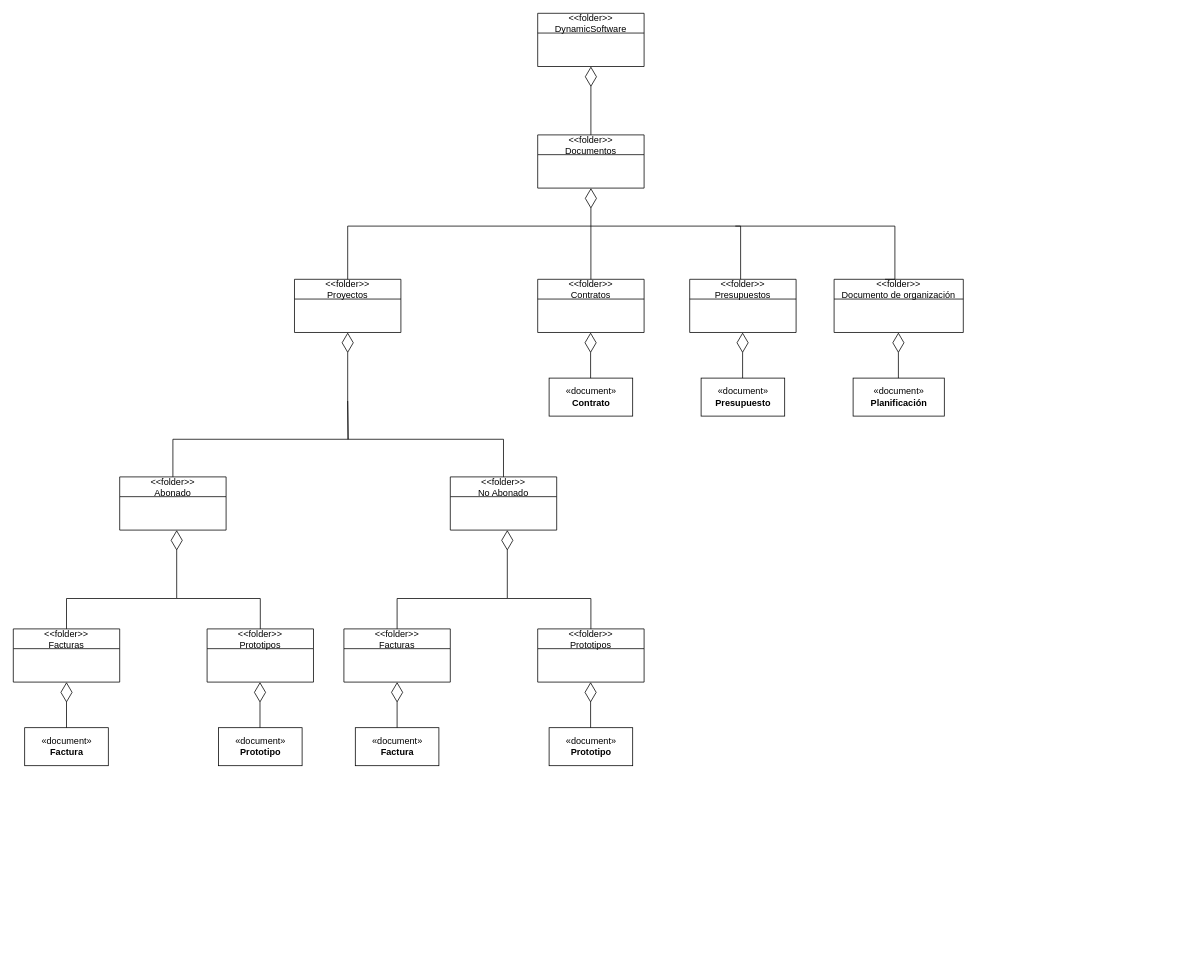
This is Entrega 3 (12 Noviembre)/Documentación Análisis/Análisis UML DMS v1.drawio from EsDeSepa/GSI-2122-G04, a draw.io file, before an edit. Source tidied: cells renumbered, new cells numbered last; positions are measured from the earlier drawing's top-left corner, leaving out a move shared by most shapes. Both pictures are drawn from the tidied source at 76%, with x=0, y=0 at pixel (13, 13).
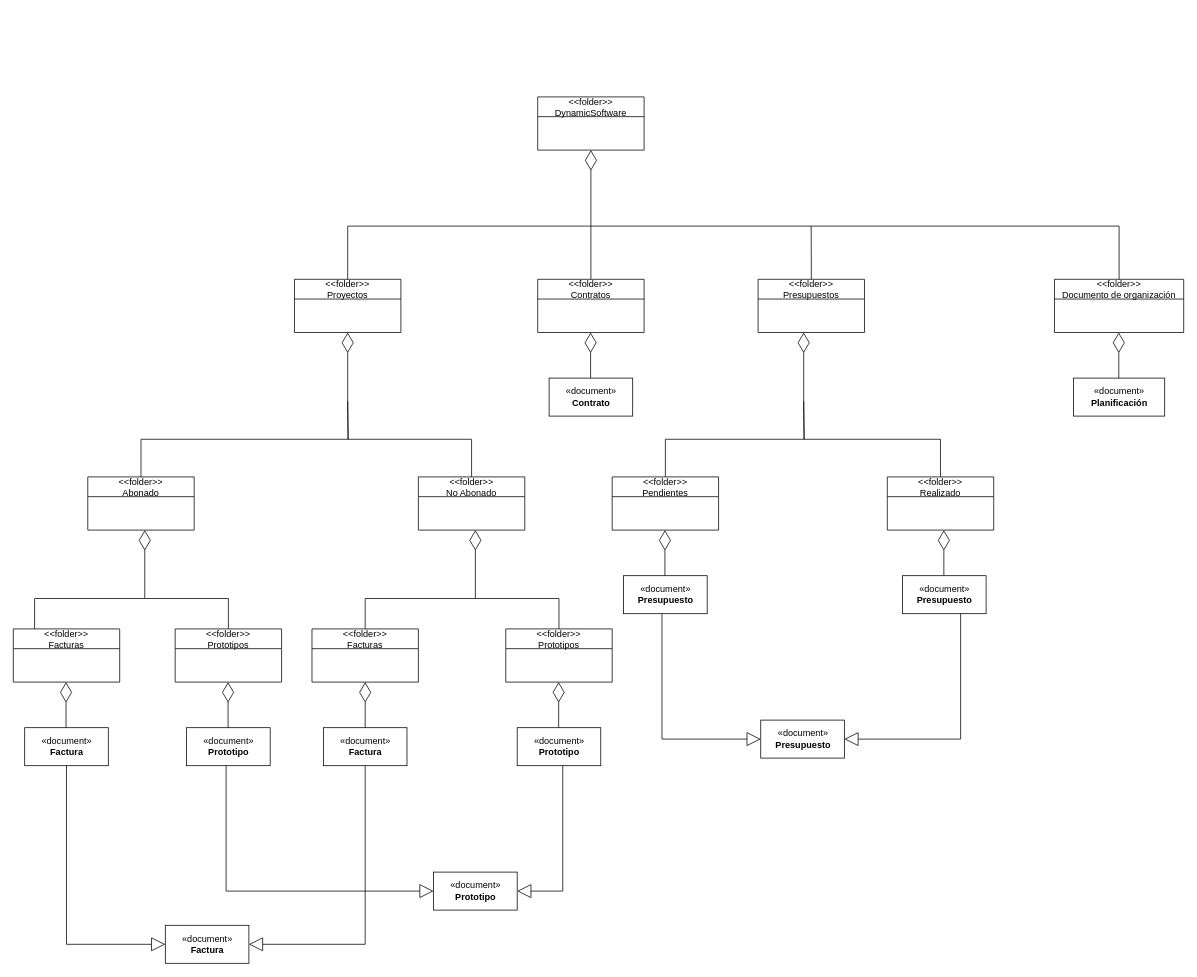
Above is the later version.

Commit message:
Implementación de diseño UML v1

The change refers to these unchanged cells:
```xml
<mxCell id="5" value="&lt;&lt;folder&gt;&gt;&#10;Contratos" style="swimlane;fontStyle=0;horizontal=1;startSize=26;fillColor=none;" parent="1" vertex="1">
  <mxGeometry x="690" y="350" width="140" height="70" as="geometry" />
</mxCell>
<mxCell id="7" value="&lt;&lt;folder&gt;&gt;&#10;Facturas" style="swimlane;fontStyle=0;horizontal=1;startSize=26;fillColor=none;" parent="1" vertex="1">
  <mxGeometry y="810" width="140" height="70" as="geometry" />
</mxCell>
<mxCell id="15" value="«document»&lt;br&gt;&lt;b&gt;Factura&lt;/b&gt;" style="html=1;" parent="1" vertex="1">
  <mxGeometry x="15" y="940" width="110" height="50" as="geometry" />
</mxCell>
```

Diff of the diagram source:
```diff
@@
     <mxCell id="2" value="&lt;&lt;folder&gt;&gt;&#10;DynamicSoftware" style="swimlane;fontStyle=0;horizontal=1;startSize=26;fillColor=none;" parent="1" vertex="1">
-      <mxGeometry x="690" width="140" height="70" as="geometry" />
+      <mxGeometry x="690" y="110" width="140" height="70" as="geometry" />
     </mxCell>
-    <mxCell id="3" value="&lt;&lt;folder&gt;&gt;&#10;Documentos" style="swimlane;fontStyle=0;horizontal=1;startSize=26;fillColor=none;" parent="1" vertex="1">
-      <mxGeometry x="690" y="160" width="140" height="70" as="geometry" />
-    </mxCell>
-    <mxCell id="4" style="endArrow=diamondThin;endFill=0;endSize=24;html=1;rounded=0;entryX=0.5;entryY=1;entryDx=0;entryDy=0;exitX=0.5;exitY=0;exitDx=0;exitDy=0;" parent="1" edge="1" source="3" target="2">
+    <mxCell id="4" style="endArrow=diamondThin;endFill=0;endSize=24;html=1;rounded=0;entryX=0.5;entryY=1;entryDx=0;entryDy=0;exitX=0.5;exitY=0;exitDx=0;exitDy=0;" parent="1" edge="1" source="5" target="2">
       <mxGeometry relative="1" as="geometry" />
     </mxCell>
@@
-    <mxCell id="6" style="endArrow=diamondThin;endFill=0;endSize=24;html=1;rounded=0;entryX=0.5;entryY=1;entryDx=0;entryDy=0;exitX=0.5;exitY=0;exitDx=0;exitDy=0;" parent="1" edge="1" source="5" target="3">
-      <mxGeometry relative="1" as="geometry" />
-    </mxCell>
@@
+    <mxCell id="42" style="edgeStyle=orthogonalEdgeStyle;rounded=0;jettySize=auto;html=1;exitX=0.5;exitY=0;exitDx=0;exitDy=0;endArrow=none;endFill=0;" parent="1" edge="1" source="10">
+      <mxGeometry relative="1" as="geometry">
+        <mxPoint x="1049.8" y="280" as="targetPoint" />
+      </mxGeometry>
+    </mxCell>
     <mxCell id="10" value="&lt;&lt;folder&gt;&gt;&#10;Presupuestos" style="swimlane;fontStyle=0;horizontal=1;startSize=26;fillColor=none;" parent="1" vertex="1">
-      <mxGeometry x="890" y="350" width="140" height="70" as="geometry" />
+      <mxGeometry x="980" y="350" width="140" height="70" as="geometry" />
     </mxCell>
-    <mxCell id="11" style="endArrow=none;html=1;edgeStyle=orthogonalEdgeStyle;rounded=0;exitX=0.5;exitY=0;exitDx=0;exitDy=0;" parent="1" edge="1">
-      <mxGeometry relative="1" as="geometry">
-        <mxPoint x="957" y="350" as="sourcePoint" />
-        <mxPoint x="760" y="280" as="targetPoint" />
-        <Array as="points">
-          <mxPoint x="957" y="280" />
-        </Array>
-      </mxGeometry>
-    </mxCell>
+    <mxCell id="43" style="edgeStyle=orthogonalEdgeStyle;rounded=0;jettySize=auto;html=1;exitX=0.5;exitY=0;exitDx=0;exitDy=0;endArrow=none;endFill=0;" parent="1" edge="1" source="12">
+      <mxGeometry relative="1" as="geometry">
+        <mxPoint x="760" y="280" as="targetPoint" />
+        <Array as="points">
+          <mxPoint x="1455" y="280" />
+        </Array>
+      </mxGeometry>
+    </mxCell>
     <mxCell id="12" value="&lt;&lt;folder&gt;&gt;&#10;Documento de organización" style="swimlane;fontStyle=0;horizontal=1;startSize=26;fillColor=none;" parent="1" vertex="1">
-      <mxGeometry x="1080" y="350" width="170" height="70" as="geometry" />
+      <mxGeometry x="1370" y="350" width="170" height="70" as="geometry" />
     </mxCell>
-    <mxCell id="13" style="endArrow=none;html=1;edgeStyle=orthogonalEdgeStyle;rounded=0;exitX=0.5;exitY=0;exitDx=0;exitDy=0;" parent="1" edge="1">
-      <mxGeometry relative="1" as="geometry">
-        <mxPoint x="1147" y="350" as="sourcePoint" />
-        <mxPoint x="950" y="280" as="targetPoint" />
-        <Array as="points">
-          <mxPoint x="1160" y="350" />
-          <mxPoint x="1160" y="280" />
-        </Array>
-      </mxGeometry>
-    </mxCell>
     <mxCell id="14" style="rounded=0;orthogonalLoop=1;jettySize=auto;html=1;endArrow=none;endFill=0;" parent="1" edge="1">
       <mxGeometry relative="1" as="geometry">
-        <mxPoint x="70" y="810" as="sourcePoint" />
-        <mxPoint x="215" y="770" as="targetPoint" />
+        <mxPoint x="28" y="810" as="sourcePoint" />
+        <mxPoint x="173" y="770" as="targetPoint" />
         <Array as="points">
-          <mxPoint x="70" y="770" />
+          <mxPoint x="28" y="770" />
         </Array>
       </mxGeometry>
     </mxCell>
@@
     <mxCell id="16" style="endArrow=diamondThin;endFill=0;endSize=24;html=1;rounded=0;entryX=0.5;entryY=1;entryDx=0;entryDy=0;" parent="1" edge="1">
       <mxGeometry relative="1" as="geometry">
-        <mxPoint x="215" y="770" as="sourcePoint" />
-        <mxPoint x="215" y="680" as="targetPoint" />
+        <mxPoint x="173" y="770" as="sourcePoint" />
+        <mxPoint x="173" y="680" as="targetPoint" />
       </mxGeometry>
     </mxCell>
     <mxCell id="17" style="rounded=0;jettySize=auto;html=1;endArrow=none;endFill=0;exitX=0.5;exitY=0;exitDx=0;exitDy=0;" parent="1" edge="1" source="19">
       <mxGeometry relative="1" as="geometry">
-        <mxPoint x="215" y="770" as="targetPoint" />
+        <mxPoint x="173" y="770" as="targetPoint" />
         <Array as="points">
-          <mxPoint x="325" y="770" />
+          <mxPoint x="283" y="770" />
         </Array>
       </mxGeometry>
     </mxCell>
     <mxCell id="18" value="«document»&lt;br&gt;&lt;b&gt;Prototipo&lt;/b&gt;" style="html=1;" parent="1" vertex="1">
-      <mxGeometry x="270" y="940" width="110" height="50" as="geometry" />
+      <mxGeometry x="228" y="940" width="110" height="50" as="geometry" />
     </mxCell>
     <mxCell id="19" value="&lt;&lt;folder&gt;&gt;&#10;Prototipos" style="swimlane;fontStyle=0;horizontal=1;startSize=26;fillColor=none;" parent="1" vertex="1">
-      <mxGeometry x="255" y="810" width="140" height="70" as="geometry" />
+      <mxGeometry x="213" y="810" width="140" height="70" as="geometry" />
     </mxCell>
-    <mxCell id="20" style="endArrow=diamondThin;endFill=0;endSize=24;html=1;rounded=0;entryX=0.5;entryY=1;entryDx=0;entryDy=0;" parent="1" edge="1" target="7">
+    <mxCell id="20" style="endArrow=diamondThin;endFill=0;endSize=24;html=1;rounded=0;entryX=0.5;entryY=1;entryDx=0;entryDy=0;" parent="1" edge="1">
       <mxGeometry relative="1" as="geometry">
-        <mxPoint x="70" y="940" as="sourcePoint" />
+        <mxPoint x="69.4" y="940" as="sourcePoint" />
+        <mxPoint x="69.4" y="880" as="targetPoint" />
       </mxGeometry>
     </mxCell>
     <mxCell id="21" style="endArrow=diamondThin;endFill=0;endSize=24;html=1;rounded=0;entryX=0.5;entryY=1;entryDx=0;entryDy=0;" parent="1" edge="1">
       <mxGeometry relative="1" as="geometry">
-        <mxPoint x="324.6" y="940" as="sourcePoint" />
-        <mxPoint x="324.6" y="880" as="targetPoint" />
+        <mxPoint x="282.6" y="940" as="sourcePoint" />
+        <mxPoint x="282.6" y="880" as="targetPoint" />
       </mxGeometry>
     </mxCell>
@@
     <mxCell id="24" value="«document»&lt;br&gt;&lt;b&gt;Presupuesto&lt;/b&gt;" style="html=1;" parent="1" vertex="1">
-      <mxGeometry x="905" y="480" width="110" height="50" as="geometry" />
+      <mxGeometry x="803" y="740" width="110" height="50" as="geometry" />
     </mxCell>
-    <mxCell id="25" style="endArrow=diamondThin;endFill=0;endSize=24;html=1;rounded=0;entryX=0.5;entryY=1;entryDx=0;entryDy=0;" parent="1" edge="1">
-      <mxGeometry relative="1" as="geometry">
-        <mxPoint x="959.6" y="480" as="sourcePoint" />
-        <mxPoint x="959.6" y="420" as="targetPoint" />
-      </mxGeometry>
-    </mxCell>
     <mxCell id="26" value="«document»&lt;br&gt;&lt;b&gt;Planificación&lt;/b&gt;" style="html=1;" parent="1" vertex="1">
-      <mxGeometry x="1105" y="480" width="120" height="50" as="geometry" />
+      <mxGeometry x="1395" y="480" width="120" height="50" as="geometry" />
     </mxCell>
     <mxCell id="27" style="endArrow=diamondThin;endFill=0;endSize=24;html=1;rounded=0;entryX=0.5;entryY=1;entryDx=0;entryDy=0;" parent="1" edge="1">
       <mxGeometry relative="1" as="geometry">
-        <mxPoint x="1164.6" y="480" as="sourcePoint" />
-        <mxPoint x="1164.6" y="420" as="targetPoint" />
+        <mxPoint x="1454.6" y="480" as="sourcePoint" />
+        <mxPoint x="1454.6" y="420" as="targetPoint" />
       </mxGeometry>
     </mxCell>
@@
     <mxCell id="29" value="&lt;&lt;folder&gt;&gt;&#10;Abonado" style="swimlane;fontStyle=0;horizontal=1;startSize=26;fillColor=none;" parent="1" vertex="1">
-      <mxGeometry x="140" y="610" width="140" height="70" as="geometry" />
+      <mxGeometry x="98" y="610" width="140" height="70" as="geometry" />
     </mxCell>
     <mxCell id="30" value="&lt;&lt;folder&gt;&gt;&#10;Facturas" style="swimlane;fontStyle=0;horizontal=1;startSize=26;fillColor=none;" parent="1" vertex="1">
-      <mxGeometry x="435" y="810" width="140" height="70" as="geometry" />
+      <mxGeometry x="393" y="810" width="140" height="70" as="geometry" />
     </mxCell>
     <mxCell id="31" style="rounded=0;orthogonalLoop=1;jettySize=auto;html=1;endArrow=none;endFill=0;" parent="1" edge="1">
       <mxGeometry relative="1" as="geometry">
-        <mxPoint x="505" y="810" as="sourcePoint" />
-        <mxPoint x="650" y="770" as="targetPoint" />
+        <mxPoint x="463" y="810" as="sourcePoint" />
+        <mxPoint x="608" y="770" as="targetPoint" />
         <Array as="points">
-          <mxPoint x="505" y="770" />
+          <mxPoint x="463" y="770" />
         </Array>
       </mxGeometry>
     </mxCell>
     <mxCell id="32" value="«document»&lt;br&gt;&lt;b&gt;Factura&lt;/b&gt;" style="html=1;" parent="1" vertex="1">
-      <mxGeometry x="450" y="940" width="110" height="50" as="geometry" />
+      <mxGeometry x="408" y="940" width="110" height="50" as="geometry" />
     </mxCell>
     <mxCell id="33" style="endArrow=diamondThin;endFill=0;endSize=24;html=1;rounded=0;entryX=0.5;entryY=1;entryDx=0;entryDy=0;" parent="1" edge="1">
       <mxGeometry relative="1" as="geometry">
-        <mxPoint x="650" y="770" as="sourcePoint" />
-        <mxPoint x="650" y="680" as="targetPoint" />
+        <mxPoint x="608" y="770" as="sourcePoint" />
+        <mxPoint x="608" y="680" as="targetPoint" />
       </mxGeometry>
     </mxCell>
-    <mxCell id="34" style="rounded=0;jettySize=auto;html=1;endArrow=none;endFill=0;exitX=0.5;exitY=0;exitDx=0;exitDy=0;" parent="1" edge="1" source="36">
+    <mxCell id="34" style="rounded=0;orthogonalLoop=1;jettySize=auto;html=1;endArrow=none;endFill=0;exitX=0.5;exitY=0;exitDx=0;exitDy=0;" parent="1" edge="1">
       <mxGeometry relative="1" as="geometry">
-        <mxPoint x="650" y="770" as="targetPoint" />
+        <mxPoint x="718" y="810" as="sourcePoint" />
+        <mxPoint x="608" y="770" as="targetPoint" />
         <Array as="points">
-          <mxPoint x="760" y="770" />
+          <mxPoint x="718" y="770" />
         </Array>
       </mxGeometry>
     </mxCell>
     <mxCell id="35" value="«document»&lt;br&gt;&lt;b&gt;Prototipo&lt;/b&gt;" style="html=1;" parent="1" vertex="1">
-      <mxGeometry x="705" y="940" width="110" height="50" as="geometry" />
+      <mxGeometry x="663" y="940" width="110" height="50" as="geometry" />
     </mxCell>
     <mxCell id="36" value="&lt;&lt;folder&gt;&gt;&#10;Prototipos" style="swimlane;fontStyle=0;horizontal=1;startSize=26;fillColor=none;" parent="1" vertex="1">
-      <mxGeometry x="690" y="810" width="140" height="70" as="geometry" />
+      <mxGeometry x="648" y="810" width="140" height="70" as="geometry" />
     </mxCell>
     <mxCell id="37" style="endArrow=diamondThin;endFill=0;endSize=24;html=1;rounded=0;entryX=0.5;entryY=1;entryDx=0;entryDy=0;" parent="1" edge="1" target="30">
       <mxGeometry relative="1" as="geometry">
-        <mxPoint x="505" y="940" as="sourcePoint" />
+        <mxPoint x="463" y="940" as="sourcePoint" />
       </mxGeometry>
     </mxCell>
     <mxCell id="38" style="endArrow=diamondThin;endFill=0;endSize=24;html=1;rounded=0;entryX=0.5;entryY=1;entryDx=0;entryDy=0;" parent="1" edge="1">
       <mxGeometry relative="1" as="geometry">
-        <mxPoint x="759.6" y="940" as="sourcePoint" />
-        <mxPoint x="759.6" y="880" as="targetPoint" />
+        <mxPoint x="717.6" y="940" as="sourcePoint" />
+        <mxPoint x="717.6" y="880" as="targetPoint" />
       </mxGeometry>
     </mxCell>
@@
     <mxCell id="40" value="&lt;&lt;folder&gt;&gt;&#10;No Abonado" style="swimlane;fontStyle=0;horizontal=1;startSize=26;fillColor=none;" parent="1" vertex="1">
-      <mxGeometry x="575" y="610" width="140" height="70" as="geometry" />
+      <mxGeometry x="533" y="610" width="140" height="70" as="geometry" />
     </mxCell>
@@
+    <mxCell id="44" style="edgeStyle=orthogonalEdgeStyle;rounded=0;jettySize=auto;html=1;exitX=0.5;exitY=0;exitDx=0;exitDy=0;endArrow=none;endFill=0;" parent="1" edge="1" source="45">
+      <mxGeometry relative="1" as="geometry">
+        <mxPoint x="1040" y="510" as="targetPoint" />
+      </mxGeometry>
+    </mxCell>
+    <mxCell id="45" value="&lt;&lt;folder&gt;&gt;&#10;Pendientes" style="swimlane;fontStyle=0;horizontal=1;startSize=26;fillColor=none;" parent="1" vertex="1">
+      <mxGeometry x="788" y="610" width="140" height="70" as="geometry" />
+    </mxCell>
+    <mxCell id="46" style="edgeStyle=orthogonalEdgeStyle;rounded=0;jettySize=auto;html=1;exitX=0.5;exitY=0;exitDx=0;exitDy=0;endArrow=none;endFill=0;" parent="1" edge="1" source="47">
+      <mxGeometry relative="1" as="geometry">
+        <mxPoint x="1040" y="510" as="targetPoint" />
+      </mxGeometry>
+    </mxCell>
+    <mxCell id="47" value="&lt;&lt;folder&gt;&gt;&#10;Realizado" style="swimlane;fontStyle=0;horizontal=1;startSize=26;fillColor=none;" parent="1" vertex="1">
+      <mxGeometry x="1150" y="610" width="140" height="70" as="geometry" />
+    </mxCell>
+    <mxCell id="48" style="endArrow=diamondThin;endFill=0;endSize=24;html=1;rounded=0;entryX=0.5;entryY=1;entryDx=0;entryDy=0;" parent="1" edge="1">
+      <mxGeometry relative="1" as="geometry">
+        <mxPoint x="1040" y="510" as="sourcePoint" />
+        <mxPoint x="1040" y="420" as="targetPoint" />
+      </mxGeometry>
+    </mxCell>
+    <mxCell id="49" style="endArrow=diamondThin;endFill=0;endSize=24;html=1;rounded=0;entryX=0.5;entryY=1;entryDx=0;entryDy=0;" parent="1" edge="1">
+      <mxGeometry relative="1" as="geometry">
+        <mxPoint x="857.4" y="740" as="sourcePoint" />
+        <mxPoint x="857.4" y="680" as="targetPoint" />
+      </mxGeometry>
+    </mxCell>
+    <mxCell id="50" value="«document»&lt;br&gt;&lt;b&gt;Presupuesto&lt;/b&gt;" style="html=1;" parent="1" vertex="1">
+      <mxGeometry x="1170" y="740" width="110" height="50" as="geometry" />
+    </mxCell>
+    <mxCell id="51" style="endArrow=diamondThin;endFill=0;endSize=24;html=1;rounded=0;entryX=0.5;entryY=1;entryDx=0;entryDy=0;" parent="1" edge="1">
+      <mxGeometry relative="1" as="geometry">
+        <mxPoint x="1224.4" y="740" as="sourcePoint" />
+        <mxPoint x="1224.4" y="680" as="targetPoint" />
+      </mxGeometry>
+    </mxCell>
+    <mxCell id="52" value="«document»&lt;br&gt;&lt;b&gt;Factura&lt;/b&gt;" style="html=1;" parent="1" vertex="1">
+      <mxGeometry x="200" y="1200" width="110" height="50" as="geometry" />
+    </mxCell>
+    <mxCell id="53" style="endArrow=block;endSize=16;endFill=0;html=1;rounded=0;entryX=0;entryY=0.5;entryDx=0;entryDy=0;exitX=0.5;exitY=1;exitDx=0;exitDy=0;" parent="1" edge="1" source="15" target="52">
+      <mxGeometry x="0.18" y="2" relative="1" as="geometry">
+        <Array as="points">
+          <mxPoint x="70" y="1225" />
+        </Array>
+      </mxGeometry>
+    </mxCell>
+    <mxCell id="54" style="endArrow=block;endSize=16;endFill=0;html=1;rounded=0;entryX=1;entryY=0.5;entryDx=0;entryDy=0;exitX=0.5;exitY=1;exitDx=0;exitDy=0;" parent="1" edge="1" source="32" target="52">
+      <mxGeometry x="0.18" y="2" relative="1" as="geometry">
+        <Array as="points">
+          <mxPoint x="463" y="1225" />
+        </Array>
+      </mxGeometry>
+    </mxCell>
+    <mxCell id="55" value="«document»&lt;br&gt;&lt;b&gt;Presupuesto&lt;/b&gt;" style="html=1;" parent="1" vertex="1">
+      <mxGeometry x="983.5" y="930" width="110" height="50" as="geometry" />
+    </mxCell>
+    <mxCell id="56" style="endArrow=block;endSize=16;endFill=0;html=1;rounded=0;entryX=0;entryY=0.5;entryDx=0;entryDy=0;exitX=0.5;exitY=1;exitDx=0;exitDy=0;" parent="1" edge="1" target="55">
+      <mxGeometry x="0.18" y="2" relative="1" as="geometry">
+        <mxPoint x="853.5" y="790" as="sourcePoint" />
+        <Array as="points">
+          <mxPoint x="853.5" y="955" />
+        </Array>
+      </mxGeometry>
+    </mxCell>
+    <mxCell id="57" style="endArrow=block;endSize=16;endFill=0;html=1;rounded=0;entryX=1;entryY=0.5;entryDx=0;entryDy=0;exitX=0.5;exitY=1;exitDx=0;exitDy=0;" parent="1" edge="1" target="55">
+      <mxGeometry x="0.18" y="2" relative="1" as="geometry">
+        <mxPoint x="1246.5" y="790" as="sourcePoint" />
+        <Array as="points">
+          <mxPoint x="1246.5" y="955" />
+        </Array>
+      </mxGeometry>
+    </mxCell>
+    <mxCell id="58" value="«document»&lt;br&gt;&lt;b&gt;Prototipo&lt;/b&gt;" style="html=1;" parent="1" vertex="1">
+      <mxGeometry x="553" y="1130" width="110" height="50" as="geometry" />
+    </mxCell>
+    <mxCell id="59" style="endArrow=block;endSize=16;endFill=0;html=1;rounded=0;entryX=0;entryY=0.5;entryDx=0;entryDy=0;" parent="1" edge="1" target="58">
+      <mxGeometry x="0.18" y="2" relative="1" as="geometry">
+        <mxPoint x="280" y="990" as="sourcePoint" />
+        <Array as="points">
+          <mxPoint x="280" y="1155" />
+        </Array>
+      </mxGeometry>
+    </mxCell>
+    <mxCell id="60" style="endArrow=block;endSize=16;endFill=0;html=1;rounded=0;entryX=1;entryY=0.5;entryDx=0;entryDy=0;exitX=0.5;exitY=1;exitDx=0;exitDy=0;" parent="1" edge="1" target="58">
+      <mxGeometry x="0.18" y="2" relative="1" as="geometry">
+        <mxPoint x="723" y="990" as="sourcePoint" />
+        <Array as="points">
+          <mxPoint x="723" y="1155" />
+        </Array>
+      </mxGeometry>
+    </mxCell>
```
